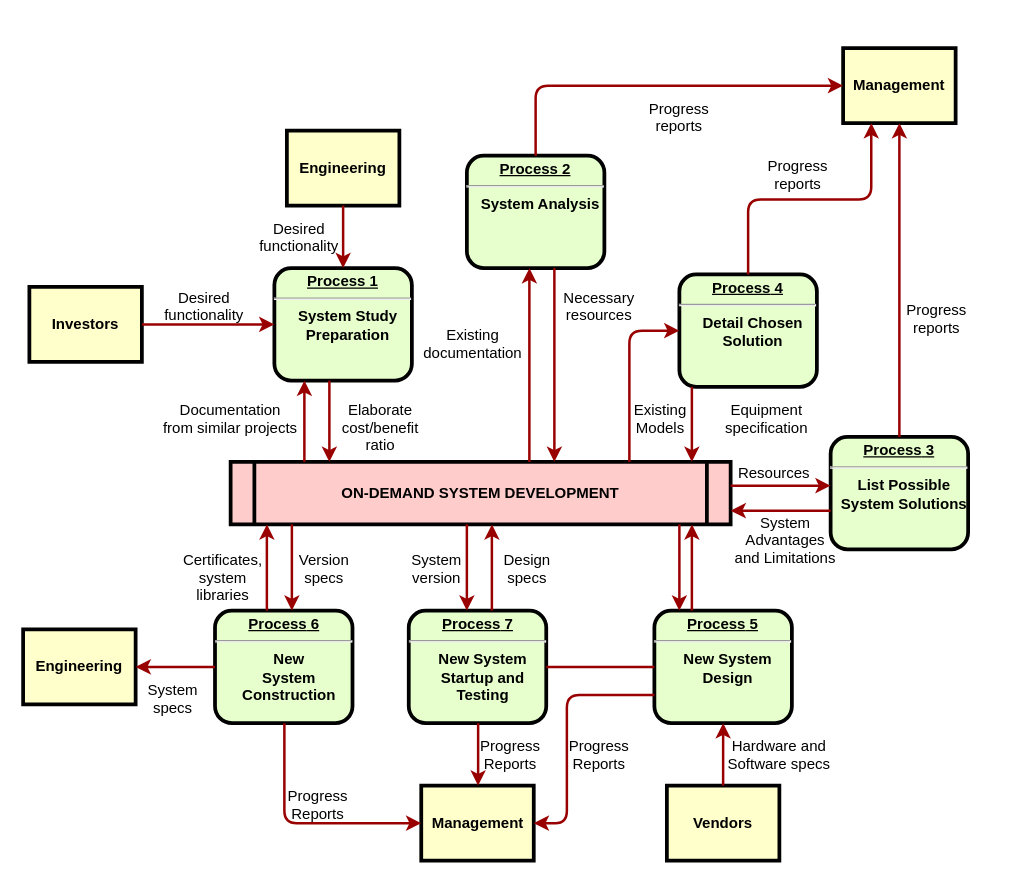
Before: Flujo.drawio in jrmedrano11/Diagrams, a draw.io diagram. Source tidied: cells renumbered, new cells numbered last; positions are measured from the earlier drawing's top-left corner, leaving out a move shared by most shapes. Both pictures are drawn from the tidied source at 125%, with x=0, y=0 at pixel (22, 48).
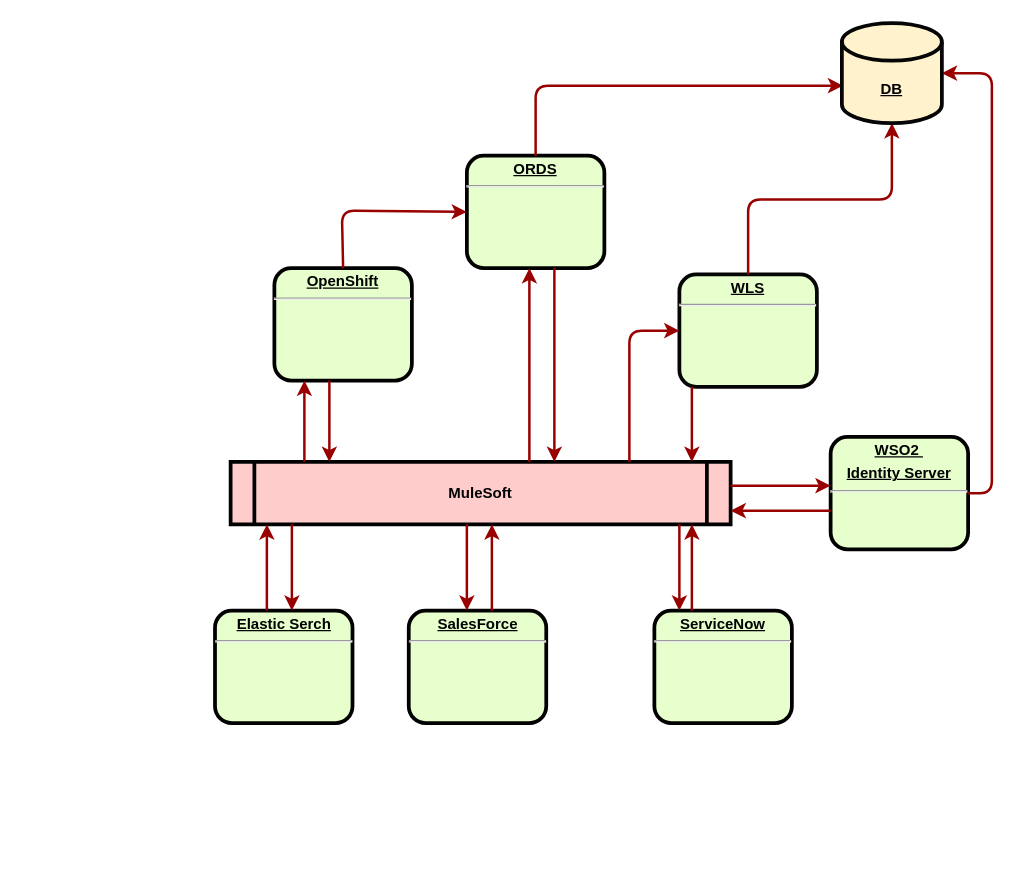
The same page after the edit.

What changed in the source:
```diff
@@
-    <mxCell id="2" value="&lt;p style=&quot;margin: 0px; margin-top: 4px; text-align: center; text-decoration: underline;&quot;&gt;&lt;strong&gt;Process 1&lt;br /&gt;&lt;/strong&gt;&lt;/p&gt;&lt;hr /&gt;&lt;p style=&quot;margin: 0px; margin-left: 8px;&quot;&gt;System Study&lt;/p&gt;&lt;p style=&quot;margin: 0px; margin-left: 8px;&quot;&gt;Preparation&lt;/p&gt;" style="verticalAlign=middle;align=center;overflow=fill;fontSize=12;fontFamily=Helvetica;html=1;rounded=1;fontStyle=1;strokeWidth=3;fillColor=#E6FFCC;" parent="1" vertex="1">
+    <mxCell id="2" value="&lt;p style=&quot;margin: 0px; margin-top: 4px; text-align: center; text-decoration: underline;&quot;&gt;&lt;strong&gt;OpenShift&lt;/strong&gt;&lt;/p&gt;&lt;hr&gt;&lt;p style=&quot;margin: 0px; margin-left: 8px;&quot;&gt;&lt;br&gt;&lt;/p&gt;" style="verticalAlign=middle;align=center;overflow=fill;fontSize=12;fontFamily=Helvetica;html=1;rounded=1;fontStyle=1;strokeWidth=3;fillColor=#E6FFCC;" parent="1" vertex="1">
       <mxGeometry x="201" y="176" width="110" height="90" as="geometry" />
     </mxCell>
-    <mxCell id="3" value="Engineering" style="whiteSpace=wrap;align=center;verticalAlign=middle;fontStyle=1;strokeWidth=3;fillColor=#FFFFCC;" parent="1" vertex="1">
-      <mxGeometry x="211" y="66" width="90" height="60" as="geometry" />
-    </mxCell>
-    <mxCell id="4" value="Investors" style="whiteSpace=wrap;align=center;verticalAlign=middle;fontStyle=1;strokeWidth=3;fillColor=#FFFFCC;" parent="1" vertex="1">
-      <mxGeometry x="5" y="191" width="90" height="60" as="geometry" />
-    </mxCell>
-    <mxCell id="5" value="ON-DEMAND SYSTEM DEVELOPMENT" style="shape=process;whiteSpace=wrap;align=center;verticalAlign=middle;size=0.0475;fontStyle=1;strokeWidth=3;fillColor=#FFCCCC;" parent="1" vertex="1">
+    <mxCell id="5" value="MuleSoft" style="shape=process;whiteSpace=wrap;align=center;verticalAlign=middle;size=0.0475;fontStyle=1;strokeWidth=3;fillColor=#FFCCCC;" parent="1" vertex="1">
       <mxGeometry x="166" y="331" width="400" height="50" as="geometry" />
     </mxCell>
-    <mxCell id="6" value="&lt;p style=&quot;margin: 0px; margin-top: 4px; text-align: center; text-decoration: underline;&quot;&gt;&lt;strong&gt;Process 2&lt;br /&gt;&lt;/strong&gt;&lt;/p&gt;&lt;hr /&gt;&lt;p style=&quot;margin: 0px; margin-left: 8px;&quot;&gt;System Analysis&lt;/p&gt;" style="verticalAlign=middle;align=center;overflow=fill;fontSize=12;fontFamily=Helvetica;html=1;rounded=1;fontStyle=1;strokeWidth=3;fillColor=#E6FFCC;" parent="1" vertex="1">
+    <mxCell id="6" value="&lt;p style=&quot;margin: 0px; margin-top: 4px; text-align: center; text-decoration: underline;&quot;&gt;&lt;strong&gt;ORDS&lt;br&gt;&lt;/strong&gt;&lt;/p&gt;&lt;hr&gt;&lt;p style=&quot;margin: 0px; margin-left: 8px;&quot;&gt;&lt;br&gt;&lt;/p&gt;" style="verticalAlign=middle;align=center;overflow=fill;fontSize=12;fontFamily=Helvetica;html=1;rounded=1;fontStyle=1;strokeWidth=3;fillColor=#E6FFCC;" parent="1" vertex="1">
       <mxGeometry x="355" y="86" width="110" height="90" as="geometry" />
     </mxCell>
-    <mxCell id="7" value="&lt;p style=&quot;margin: 0px; margin-top: 4px; text-align: center; text-decoration: underline;&quot;&gt;&lt;strong&gt;&lt;strong&gt;Process&lt;/strong&gt; 3&lt;br /&gt;&lt;/strong&gt;&lt;/p&gt;&lt;hr /&gt;&lt;p style=&quot;margin: 0px; margin-left: 8px;&quot;&gt;List Possible&lt;/p&gt;&lt;p style=&quot;margin: 0px; margin-left: 8px;&quot;&gt;System Solutions&lt;/p&gt;" style="verticalAlign=middle;align=center;overflow=fill;fontSize=12;fontFamily=Helvetica;html=1;rounded=1;fontStyle=1;strokeWidth=3;fillColor=#E6FFCC;" parent="1" vertex="1">
+    <mxCell id="7" value="&lt;p style=&quot;border-color: var(--border-color); margin: 4px 0px 0px; text-decoration-line: underline;&quot;&gt;&lt;strong style=&quot;border-color: var(--border-color);&quot;&gt;WSO2&amp;nbsp;&lt;/strong&gt;&lt;/p&gt;&lt;p style=&quot;border-color: var(--border-color); margin: 4px 0px 0px; text-decoration-line: underline;&quot;&gt;&lt;strong style=&quot;border-color: var(--border-color);&quot;&gt;Identity Server&lt;br style=&quot;border-color: var(--border-color);&quot;&gt;&lt;/strong&gt;&lt;/p&gt;&lt;hr style=&quot;border-color: var(--border-color);&quot;&gt;&lt;p style=&quot;border-color: var(--border-color); margin: 0px 0px 0px 8px;&quot;&gt;&lt;br style=&quot;border-color: var(--border-color);&quot;&gt;&lt;/p&gt;" style="verticalAlign=middle;align=center;overflow=fill;fontSize=12;fontFamily=Helvetica;html=1;rounded=1;fontStyle=1;strokeWidth=3;fillColor=#E6FFCC;" parent="1" vertex="1">
       <mxGeometry x="646" y="311" width="110" height="90" as="geometry" />
     </mxCell>
-    <mxCell id="8" value="&lt;p style=&quot;margin: 0px; margin-top: 4px; text-align: center; text-decoration: underline;&quot;&gt;&lt;strong&gt;&lt;strong&gt;Process&lt;/strong&gt; 4&lt;br /&gt;&lt;/strong&gt;&lt;/p&gt;&lt;hr /&gt;&lt;p style=&quot;margin: 0px; margin-left: 8px;&quot;&gt;Detail Chosen&lt;/p&gt;&lt;p style=&quot;margin: 0px; margin-left: 8px;&quot;&gt;Solution&lt;/p&gt;" style="verticalAlign=middle;align=center;overflow=fill;fontSize=12;fontFamily=Helvetica;html=1;rounded=1;fontStyle=1;strokeWidth=3;fillColor=#E6FFCC;" parent="1" vertex="1">
+    <mxCell id="8" value="&lt;p style=&quot;margin: 0px; margin-top: 4px; text-align: center; text-decoration: underline;&quot;&gt;&lt;strong&gt;WLS&lt;br&gt;&lt;/strong&gt;&lt;/p&gt;&lt;hr&gt;&lt;p style=&quot;margin: 0px; margin-left: 8px;&quot;&gt;&lt;br&gt;&lt;/p&gt;" style="verticalAlign=middle;align=center;overflow=fill;fontSize=12;fontFamily=Helvetica;html=1;rounded=1;fontStyle=1;strokeWidth=3;fillColor=#E6FFCC;strokeColor=#050505;" parent="1" vertex="1">
       <mxGeometry x="525" y="181" width="110" height="90" as="geometry" />
     </mxCell>
-    <mxCell id="9" value="&lt;p style=&quot;margin: 0px; margin-top: 4px; text-align: center; text-decoration: underline;&quot;&gt;&lt;strong&gt;&lt;strong&gt;Process&lt;/strong&gt; 5&lt;br /&gt;&lt;/strong&gt;&lt;/p&gt;&lt;hr /&gt;&lt;p style=&quot;margin: 0px; margin-left: 8px;&quot;&gt;New System&lt;/p&gt;&lt;p style=&quot;margin: 0px; margin-left: 8px;&quot;&gt;Design&lt;/p&gt;" style="verticalAlign=middle;align=center;overflow=fill;fontSize=12;fontFamily=Helvetica;html=1;rounded=1;fontStyle=1;strokeWidth=3;fillColor=#E6FFCC;" parent="1" vertex="1">
+    <mxCell id="9" value="&lt;p style=&quot;margin: 0px; margin-top: 4px; text-align: center; text-decoration: underline;&quot;&gt;&lt;strong&gt;ServiceNow&lt;/strong&gt;&lt;/p&gt;&lt;hr&gt;&lt;p style=&quot;margin: 0px; margin-left: 8px;&quot;&gt;&lt;br&gt;&lt;/p&gt;" style="verticalAlign=middle;align=center;overflow=fill;fontSize=12;fontFamily=Helvetica;html=1;rounded=1;fontStyle=1;strokeWidth=3;fillColor=#E6FFCC;" parent="1" vertex="1">
       <mxGeometry x="505" y="450" width="110" height="90" as="geometry" />
     </mxCell>
-    <mxCell id="10" value="&lt;p style=&quot;margin: 0px; margin-top: 4px; text-align: center; text-decoration: underline;&quot;&gt;&lt;strong&gt;&lt;strong&gt;Process&lt;/strong&gt; 6&lt;br /&gt;&lt;/strong&gt;&lt;/p&gt;&lt;hr /&gt;&lt;p style=&quot;margin: 0px; margin-left: 8px;&quot;&gt;New&lt;/p&gt;&lt;p style=&quot;margin: 0px; margin-left: 8px;&quot;&gt;System&lt;/p&gt;&lt;p style=&quot;margin: 0px; margin-left: 8px;&quot;&gt;Construction&lt;/p&gt;" style="verticalAlign=middle;align=center;overflow=fill;fontSize=12;fontFamily=Helvetica;html=1;rounded=1;fontStyle=1;strokeWidth=3;fillColor=#E6FFCC;" parent="1" vertex="1">
+    <mxCell id="10" value="&lt;p style=&quot;margin: 0px; margin-top: 4px; text-align: center; text-decoration: underline;&quot;&gt;&lt;strong&gt;Elastic Serch&lt;br&gt;&lt;/strong&gt;&lt;/p&gt;&lt;hr&gt;&lt;p style=&quot;margin: 0px; margin-left: 8px;&quot;&gt;&lt;br&gt;&lt;/p&gt;" style="verticalAlign=middle;align=center;overflow=fill;fontSize=12;fontFamily=Helvetica;html=1;rounded=1;fontStyle=1;strokeWidth=3;fillColor=#E6FFCC;" parent="1" vertex="1">
       <mxGeometry x="153.5" y="450" width="110" height="90" as="geometry" />
     </mxCell>
-    <mxCell id="11" value="Management" style="whiteSpace=wrap;align=center;verticalAlign=middle;fontStyle=1;strokeWidth=3;fillColor=#FFFFCC;" parent="1" vertex="1">
-      <mxGeometry x="656" width="90" height="60" as="geometry" />
-    </mxCell>
-    <mxCell id="12" value="Management" style="whiteSpace=wrap;align=center;verticalAlign=middle;fontStyle=1;strokeWidth=3;fillColor=#FFFFCC;" parent="1" vertex="1">
-      <mxGeometry x="318.5" y="590" width="90" height="60" as="geometry" />
-    </mxCell>
-    <mxCell id="13" value="Engineering" style="whiteSpace=wrap;align=center;verticalAlign=middle;fontStyle=1;strokeWidth=3;fillColor=#FFFFCC;" parent="1" vertex="1">
-      <mxGeometry y="465" width="90" height="60" as="geometry" />
-    </mxCell>
-    <mxCell id="14" value="Vendors" style="whiteSpace=wrap;align=center;verticalAlign=middle;fontStyle=1;strokeWidth=3;fillColor=#FFFFCC;" parent="1" vertex="1">
-      <mxGeometry x="515" y="590" width="90" height="60" as="geometry" />
-    </mxCell>
-    <mxCell id="15" style="edgeStyle=none;noEdgeStyle=1;strokeColor=#990000;strokeWidth=2;" parent="1" edge="1" source="3" target="2">
-      <mxGeometry relative="1" as="geometry" />
+    <mxCell id="15" style="edgeStyle=none;noEdgeStyle=1;strokeColor=#990000;strokeWidth=2;exitX=0.5;exitY=0;exitDx=0;exitDy=0;entryX=0;entryY=0.5;entryDx=0;entryDy=0;" parent="1" edge="1" source="2" target="6">
+      <mxGeometry relative="1" as="geometry">
+        <Array as="points">
+          <mxPoint x="255" y="130" />
+        </Array>
+      </mxGeometry>
     </mxCell>
-    <mxCell id="16" style="edgeStyle=none;noEdgeStyle=1;strokeColor=#990000;strokeWidth=2;" parent="1" edge="1" source="4" target="2">
-      <mxGeometry relative="1" as="geometry" />
-    </mxCell>
-    <mxCell id="17" value="&lt;p style=&quot;margin: 0px; margin-top: 4px; text-align: center; text-decoration: underline;&quot;&gt;&lt;strong&gt;&lt;strong&gt;Process&lt;/strong&gt; 7&lt;br /&gt;&lt;/strong&gt;&lt;/p&gt;&lt;hr /&gt;&lt;p style=&quot;margin: 0px; margin-left: 8px;&quot;&gt;New System&lt;/p&gt;&lt;p style=&quot;margin: 0px; margin-left: 8px;&quot;&gt;Startup and&lt;/p&gt;&lt;p style=&quot;margin: 0px; margin-left: 8px;&quot;&gt;Testing&lt;/p&gt;" style="verticalAlign=middle;align=center;overflow=fill;fontSize=12;fontFamily=Helvetica;html=1;rounded=1;fontStyle=1;strokeWidth=3;fillColor=#E6FFCC;" parent="1" vertex="1">
+    <mxCell id="17" value="&lt;p style=&quot;margin: 0px; margin-top: 4px; text-align: center; text-decoration: underline;&quot;&gt;&lt;strong style=&quot;background-color: initial;&quot;&gt;SalesForce&lt;/strong&gt;&lt;/p&gt;&lt;hr&gt;&lt;p style=&quot;margin: 0px; margin-left: 8px;&quot;&gt;&lt;br&gt;&lt;/p&gt;" style="verticalAlign=middle;align=center;overflow=fill;fontSize=12;fontFamily=Helvetica;html=1;rounded=1;fontStyle=1;strokeWidth=3;fillColor=#E6FFCC;" parent="1" vertex="1">
       <mxGeometry x="308.5" y="450" width="110" height="90" as="geometry" />
     </mxCell>
-    <mxCell id="18" style="endArrow=none;noEdgeStyle=1;strokeColor=#990000;strokeWidth=2;" parent="1" edge="1" source="9" target="17">
-      <mxGeometry relative="1" as="geometry" />
-    </mxCell>
-    <mxCell id="19" value="Desired &#10;functionality" style="text;spacingTop=-5;align=center;" parent="1" vertex="1">
-      <mxGeometry x="130" y="191" width="30" height="20" as="geometry" />
-    </mxCell>
-    <mxCell id="20" value="Desired &#10;functionality" style="text;spacingTop=-5;align=center;" parent="1" vertex="1">
-      <mxGeometry x="206" y="136" width="30" height="20" as="geometry" />
-    </mxCell>
-    <mxCell id="21" value="Documentation&#10;from similar projects" style="text;spacingTop=-5;align=center;" parent="1" vertex="1">
-      <mxGeometry x="151" y="281" width="30" height="20" as="geometry" />
-    </mxCell>
@@
-    <mxCell id="24" value="Elaborate&#10;cost/benefit&#10;ratio" style="text;spacingTop=-5;align=center;" parent="1" vertex="1">
-      <mxGeometry x="271" y="281" width="30" height="20" as="geometry" />
-    </mxCell>
@@
-    <mxCell id="27" value="Existing&#10;documentation" style="text;spacingTop=-5;align=center;" parent="1" vertex="1">
-      <mxGeometry x="345" y="221" width="30" height="20" as="geometry" />
-    </mxCell>
-    <mxCell id="28" value="Necessary&#10;resources" style="text;spacingTop=-5;align=center;" parent="1" vertex="1">
-      <mxGeometry x="446" y="191" width="30" height="20" as="geometry" />
-    </mxCell>
-    <mxCell id="29" value="Progress&#10;reports" style="text;spacingTop=-5;align=center;" parent="1" vertex="1">
-      <mxGeometry x="510" y="40" width="30" height="20" as="geometry" />
-    </mxCell>
-    <mxCell id="30" value="Progress&#10;reports" style="text;spacingTop=-5;align=center;" parent="1" vertex="1">
-      <mxGeometry x="605" y="86" width="30" height="20" as="geometry" />
-    </mxCell>
-    <mxCell id="31" value="Progress&#10;reports" style="text;spacingTop=-5;align=center;" parent="1" vertex="1">
-      <mxGeometry x="716" y="201" width="30" height="20" as="geometry" />
-    </mxCell>
-    <mxCell id="32" style="edgeStyle=elbowEdgeStyle;elbow=horizontal;strokeColor=#990000;strokeWidth=2;" parent="1" edge="1" source="6" target="11">
+    <mxCell id="32" style="edgeStyle=elbowEdgeStyle;elbow=horizontal;strokeColor=#990000;strokeWidth=2;" parent="1" edge="1" source="6">
       <mxGeometry relative="1" as="geometry">
+        <mxPoint x="656" y="30" as="targetPoint" />
         <Array as="points">
           <mxPoint x="410" y="80" />
         </Array>
       </mxGeometry>
     </mxCell>
-    <mxCell id="33" style="edgeStyle=elbowEdgeStyle;elbow=vertical;entryX=0.25;entryY=1;strokeColor=#990000;strokeWidth=2;" parent="1" edge="1" source="8" target="11">
+    <mxCell id="33" style="edgeStyle=elbowEdgeStyle;elbow=vertical;entryX=0.5;entryY=1;strokeColor=#990000;strokeWidth=2;entryDx=0;entryDy=0;entryPerimeter=0;" parent="1" edge="1" source="8" target="63">
       <mxGeometry relative="1" as="geometry" />
     </mxCell>
-    <mxCell id="34" style="edgeStyle=elbowEdgeStyle;elbow=horizontal;strokeColor=#990000;strokeWidth=2;" parent="1" edge="1" source="7" target="11">
-      <mxGeometry relative="1" as="geometry" />
-    </mxCell>
@@
-    <mxCell id="37" value="Existing&#10;Models" style="text;spacingTop=-5;align=center;" parent="1" vertex="1">
-      <mxGeometry x="495" y="281" width="30" height="20" as="geometry" />
-    </mxCell>
-    <mxCell id="38" value="Equipment&#10;specification" style="text;spacingTop=-5;align=center;" parent="1" vertex="1">
-      <mxGeometry x="580" y="281" width="30" height="20" as="geometry" />
-    </mxCell>
@@
-    <mxCell id="41" value="Resources" style="text;spacingTop=-5;align=center;" parent="1" vertex="1">
-      <mxGeometry x="586" y="331" width="30" height="20" as="geometry" />
-    </mxCell>
-    <mxCell id="42" value="System &#10;Advantages &#10;and Limitations" style="text;spacingTop=-5;align=center;" parent="1" vertex="1">
-      <mxGeometry x="595" y="371" width="30" height="20" as="geometry" />
-    </mxCell>
@@
-    <mxCell id="45" style="edgeStyle=elbowEdgeStyle;elbow=horizontal;strokeColor=#990000;strokeWidth=2;" parent="1" edge="1" source="14" target="9">
-      <mxGeometry relative="1" as="geometry" />
-    </mxCell>
-    <mxCell id="46" value="Hardware and&#10;Software specs" style="text;spacingTop=-5;align=center;" parent="1" vertex="1">
-      <mxGeometry x="590" y="550" width="30" height="20" as="geometry" />
-    </mxCell>
-    <mxCell id="47" style="edgeStyle=elbowEdgeStyle;elbow=horizontal;exitX=0;exitY=0.75;strokeColor=#990000;strokeWidth=2;" parent="1" edge="1" source="9" target="12">
-      <mxGeometry relative="1" as="geometry">
-        <Array as="points">
-          <mxPoint x="435" y="570" />
-        </Array>
-      </mxGeometry>
-    </mxCell>
-    <mxCell id="48" value="Progress&#10;Reports" style="text;spacingTop=-5;align=center;" parent="1" vertex="1">
-      <mxGeometry x="446" y="550" width="30" height="20" as="geometry" />
-    </mxCell>
-    <mxCell id="49" style="edgeStyle=elbowEdgeStyle;elbow=horizontal;strokeColor=#990000;strokeWidth=2;" parent="1" edge="1" source="17" target="12">
-      <mxGeometry relative="1" as="geometry" />
+    <mxCell id="49" style="edgeStyle=elbowEdgeStyle;elbow=horizontal;strokeColor=#990000;strokeWidth=2;entryX=1;entryY=0.5;entryDx=0;entryDy=0;entryPerimeter=0;exitX=1;exitY=0.5;exitDx=0;exitDy=0;" parent="1" edge="1" source="7" target="63">
+      <mxGeometry relative="1" as="geometry">
+        <Array as="points">
+          <mxPoint x="775" y="200" />
+          <mxPoint x="745" y="170" />
+          <mxPoint x="765" y="570" />
+          <mxPoint x="765" y="620" />
+          <mxPoint x="775" y="250" />
+          <mxPoint x="645" y="570" />
+          <mxPoint x="775" y="150" />
+        </Array>
+      </mxGeometry>
     </mxCell>
-    <mxCell id="50" value="Progress&#10;Reports" style="text;spacingTop=-5;align=center;" parent="1" vertex="1">
-      <mxGeometry x="375" y="550" width="30" height="20" as="geometry" />
-    </mxCell>
-    <mxCell id="51" style="edgeStyle=elbowEdgeStyle;elbow=horizontal;strokeColor=#990000;strokeWidth=2;" parent="1" edge="1" source="10" target="12">
-      <mxGeometry relative="1" as="geometry">
-        <Array as="points">
-          <mxPoint x="209" y="570" />
-        </Array>
-      </mxGeometry>
-    </mxCell>
-    <mxCell id="52" value="Progress&#10;Reports" style="text;spacingTop=-5;align=center;" parent="1" vertex="1">
-      <mxGeometry x="221" y="590" width="30" height="20" as="geometry" />
-    </mxCell>
-    <mxCell id="53" style="edgeStyle=elbowEdgeStyle;elbow=vertical;strokeColor=#990000;strokeWidth=2;" parent="1" edge="1" source="10" target="13">
-      <mxGeometry relative="1" as="geometry" />
-    </mxCell>
@@
-    <mxCell id="56" value="Version&#10;specs" style="text;spacingTop=-5;align=center;" parent="1" vertex="1">
-      <mxGeometry x="226" y="401" width="30" height="20" as="geometry" />
-    </mxCell>
-    <mxCell id="57" value="Certificates,&#10;system&#10;libraries" style="text;spacingTop=-5;align=center;" parent="1" vertex="1">
-      <mxGeometry x="145" y="401" width="30" height="20" as="geometry" />
-    </mxCell>
@@
-    <mxCell id="60" value="System&#10;specs" style="text;spacingTop=-5;align=center;" parent="1" vertex="1">
-      <mxGeometry x="105" y="505" width="30" height="20" as="geometry" />
-    </mxCell>
-    <mxCell id="61" value="Design&#10;specs" style="text;spacingTop=-5;align=center;" parent="1" vertex="1">
-      <mxGeometry x="388.5" y="401" width="30" height="20" as="geometry" />
-    </mxCell>
-    <mxCell id="62" value="System&#10;version" style="text;spacingTop=-5;align=center;" parent="1" vertex="1">
-      <mxGeometry x="316" y="401" width="30" height="20" as="geometry" />
-    </mxCell>
+    <mxCell id="63" value="&lt;b&gt;&lt;u&gt;DB&lt;/u&gt;&lt;/b&gt;" style="shape=cylinder3;whiteSpace=wrap;html=1;boundedLbl=1;backgroundOutline=1;size=15;fillColor=#fff2cc;strokeColor=#050505;strokeWidth=3;" parent="1" vertex="1">
+      <mxGeometry x="655" y="-20" width="80" height="80" as="geometry" />
+    </mxCell>
```
